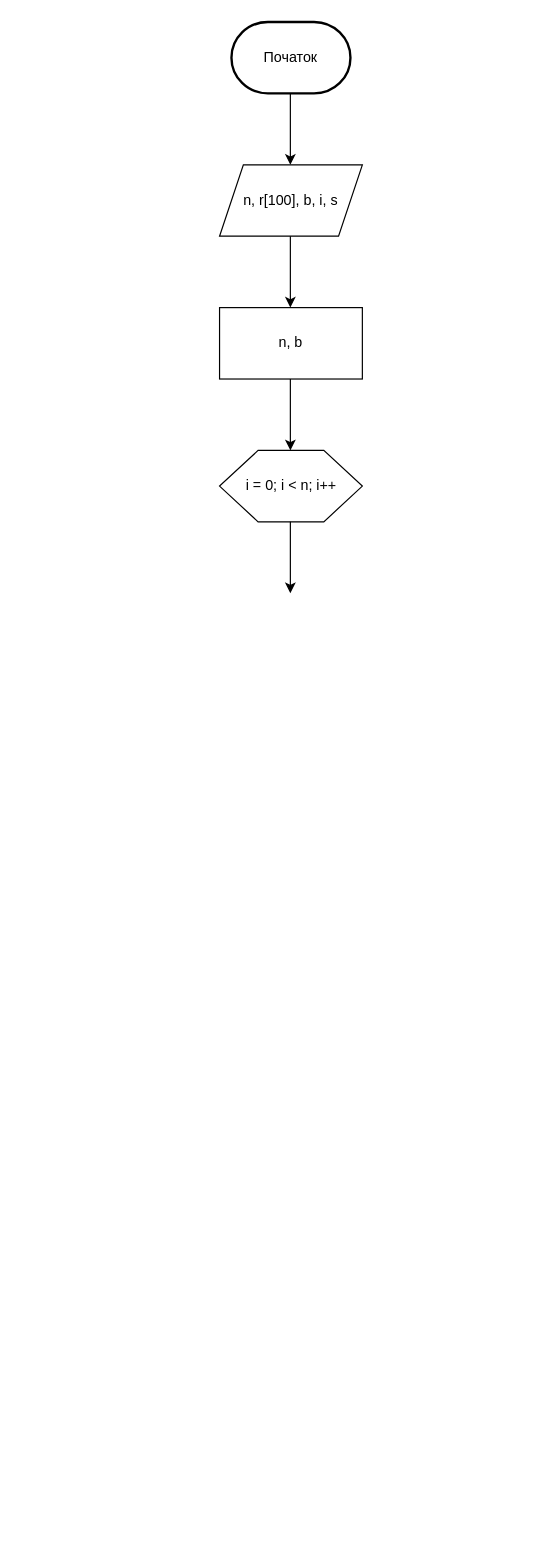
This is page "Сторінка-2" (2 of 3) of Бази даних.drawio.drawio from xadeyll/Diagrams_P-23_Puzankov, a draw.io file, before an edit. Source tidied: cells renumbered, new cells numbered last; positions are measured from the earlier drawing's top-left corner, leaving out a move shared by most shapes. Both pictures are drawn from the tidied source at 119%, with x=0, y=0 at pixel (219, 21).
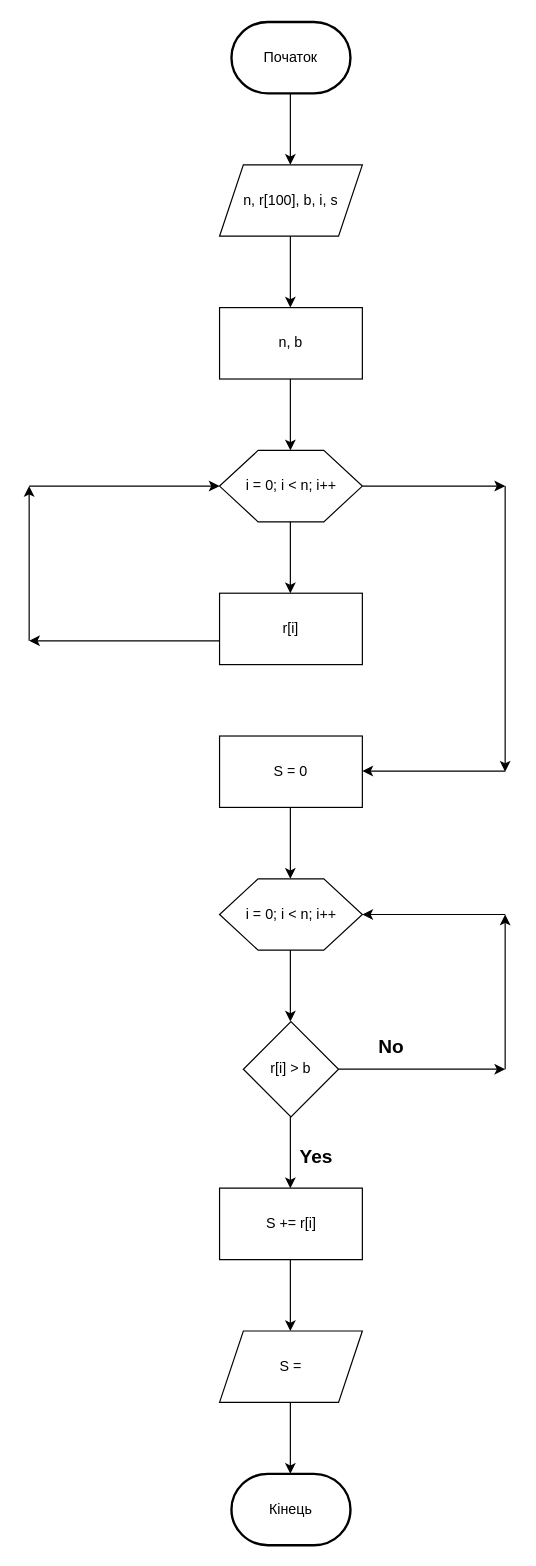
After the change.

Unchanged cells that the change refers to:
```xml
<mxCell id="6" value="i = 0; i &amp;lt; n; i++" style="verticalLabelPosition=middle;verticalAlign=middle;html=1;shape=hexagon;perimeter=hexagonPerimeter2;arcSize=6;size=0.27;labelPosition=center;align=center;" parent="1" vertex="1">
  <mxGeometry y="360" width="120" height="60" as="geometry" />
</mxCell>
```

Change to the diagram source:
```diff
@@
+    <mxCell id="10" value="r[i]" style="rounded=0;whiteSpace=wrap;html=1;" parent="1" vertex="1">
+      <mxGeometry y="480" width="120" height="60" as="geometry" />
+    </mxCell>
+    <mxCell id="11" value="S = 0" style="rounded=0;whiteSpace=wrap;html=1;" parent="1" vertex="1">
+      <mxGeometry y="600" width="120" height="60" as="geometry" />
+    </mxCell>
+    <mxCell id="12" style="endArrow=classic;html=1;rounded=0;" parent="1" edge="1">
+      <mxGeometry relative="1" as="geometry">
+        <mxPoint x="-160" y="520" as="sourcePoint" />
+        <mxPoint x="-160" y="390" as="targetPoint" />
+      </mxGeometry>
+    </mxCell>
+    <mxCell id="13" style="endArrow=classic;html=1;rounded=0;entryX=0;entryY=0.5;entryDx=0;entryDy=0;" parent="1" edge="1" target="6">
+      <mxGeometry relative="1" as="geometry">
+        <mxPoint x="-160" y="390" as="sourcePoint" />
+      </mxGeometry>
+    </mxCell>
+    <mxCell id="14" style="endArrow=classic;html=1;rounded=0;" parent="1" edge="1">
+      <mxGeometry relative="1" as="geometry">
+        <mxPoint y="520" as="sourcePoint" />
+        <mxPoint x="-160" y="520" as="targetPoint" />
+      </mxGeometry>
+    </mxCell>
+    <mxCell id="15" style="endArrow=classic;html=1;rounded=0;" parent="1" edge="1">
+      <mxGeometry relative="1" as="geometry">
+        <mxPoint x="120" y="390" as="sourcePoint" />
+        <mxPoint x="240" y="390" as="targetPoint" />
+      </mxGeometry>
+    </mxCell>
+    <mxCell id="16" style="endArrow=classic;html=1;rounded=0;" parent="1" edge="1">
+      <mxGeometry relative="1" as="geometry">
+        <mxPoint x="240" y="390" as="sourcePoint" />
+        <mxPoint x="240" y="630" as="targetPoint" />
+      </mxGeometry>
+    </mxCell>
+    <mxCell id="17" style="endArrow=classic;html=1;rounded=0;" parent="1" edge="1">
+      <mxGeometry relative="1" as="geometry">
+        <mxPoint x="240" y="629.5" as="sourcePoint" />
+        <mxPoint x="120" y="629.5" as="targetPoint" />
+      </mxGeometry>
+    </mxCell>
+    <mxCell id="18" style="endArrow=classic;html=1;rounded=0;" parent="1" edge="1">
+      <mxGeometry relative="1" as="geometry">
+        <mxPoint x="59.5" y="660" as="sourcePoint" />
+        <mxPoint x="59.5" y="720" as="targetPoint" />
+      </mxGeometry>
+    </mxCell>
+    <mxCell id="19" value="i = 0; i &amp;lt; n; i++" style="verticalLabelPosition=middle;verticalAlign=middle;html=1;shape=hexagon;perimeter=hexagonPerimeter2;arcSize=6;size=0.27;labelPosition=center;align=center;" parent="1" vertex="1">
+      <mxGeometry y="720" width="120" height="60" as="geometry" />
+    </mxCell>
+    <mxCell id="20" style="endArrow=classic;html=1;rounded=0;" parent="1" edge="1">
+      <mxGeometry relative="1" as="geometry">
+        <mxPoint x="59.5" y="780" as="sourcePoint" />
+        <mxPoint x="59.5" y="840" as="targetPoint" />
+      </mxGeometry>
+    </mxCell>
+    <mxCell id="21" style="endArrow=classic;html=1;rounded=0;" parent="1" edge="1">
+      <mxGeometry relative="1" as="geometry">
+        <mxPoint x="59.5" y="920" as="sourcePoint" />
+        <mxPoint x="59.5" y="980" as="targetPoint" />
+      </mxGeometry>
+    </mxCell>
+    <mxCell id="22" value="&lt;b style=&quot;font-size: 16px;&quot;&gt;Yes&lt;/b&gt;" style="edgeLabel;html=1;align=center;verticalAlign=middle;" parent="21" vertex="1">
+      <mxGeometry x="0.07" y="8" relative="1" as="geometry">
+        <mxPoint x="13" as="offset" />
+      </mxGeometry>
+    </mxCell>
+    <mxCell id="23" value="S += r[i]" style="verticalLabelPosition=middle;verticalAlign=middle;html=1;shape=mxgraph.basic.rect;fillColor2=none;strokeWidth=1;size=20;indent=5;labelPosition=center;align=center;" parent="1" vertex="1">
+      <mxGeometry y="980" width="120" height="60" as="geometry" />
+    </mxCell>
+    <mxCell id="24" value="r[i] &amp;gt; b" style="rhombus;whiteSpace=wrap;html=1;" parent="1" vertex="1">
+      <mxGeometry x="20" y="840" width="80" height="80" as="geometry" />
+    </mxCell>
+    <mxCell id="25" style="endArrow=classic;html=1;rounded=0;" parent="1" edge="1">
+      <mxGeometry relative="1" as="geometry">
+        <mxPoint x="100" y="880" as="sourcePoint" />
+        <mxPoint x="240" y="880" as="targetPoint" />
+      </mxGeometry>
+    </mxCell>
+    <mxCell id="26" value="No" style="edgeLabel;html=1;align=center;verticalAlign=middle;fontSize=16;fontStyle=1;" parent="25" vertex="1">
+      <mxGeometry x="-0.39" y="3" relative="1" as="geometry">
+        <mxPoint y="-17" as="offset" />
+      </mxGeometry>
+    </mxCell>
+    <mxCell id="27" style="endArrow=classic;html=1;rounded=0;" parent="1" edge="1">
+      <mxGeometry relative="1" as="geometry">
+        <mxPoint x="240" y="880" as="sourcePoint" />
+        <mxPoint x="240" y="750" as="targetPoint" />
+      </mxGeometry>
+    </mxCell>
+    <mxCell id="28" style="endArrow=classic;html=1;rounded=0;" parent="1" edge="1">
+      <mxGeometry relative="1" as="geometry">
+        <mxPoint x="59.5" y="1040" as="sourcePoint" />
+        <mxPoint x="59.5" y="1100" as="targetPoint" />
+      </mxGeometry>
+    </mxCell>
+    <mxCell id="29" value="S = " style="shape=parallelogram;perimeter=parallelogramPerimeter;whiteSpace=wrap;html=1;fixedSize=1;" parent="1" vertex="1">
+      <mxGeometry y="1100" width="120" height="60" as="geometry" />
+    </mxCell>
+    <mxCell id="30" style="endArrow=classic;html=1;rounded=0;" parent="1" edge="1">
+      <mxGeometry relative="1" as="geometry">
+        <mxPoint x="59.5" y="1160" as="sourcePoint" />
+        <mxPoint x="59.5" y="1220" as="targetPoint" />
+      </mxGeometry>
+    </mxCell>
+    <mxCell id="31" value="Кінець" style="strokeWidth=2;html=1;shape=mxgraph.flowchart.terminator;whiteSpace=wrap;" parent="1" vertex="1">
+      <mxGeometry x="10" y="1220" width="100" height="60" as="geometry" />
+    </mxCell>
+    <mxCell id="32" style="endArrow=classic;html=1;rounded=0;entryX=1;entryY=0.5;entryDx=0;entryDy=0;" parent="1" edge="1" target="19">
+      <mxGeometry relative="1" as="geometry">
+        <mxPoint x="240" y="750" as="sourcePoint" />
+      </mxGeometry>
+    </mxCell>
```
